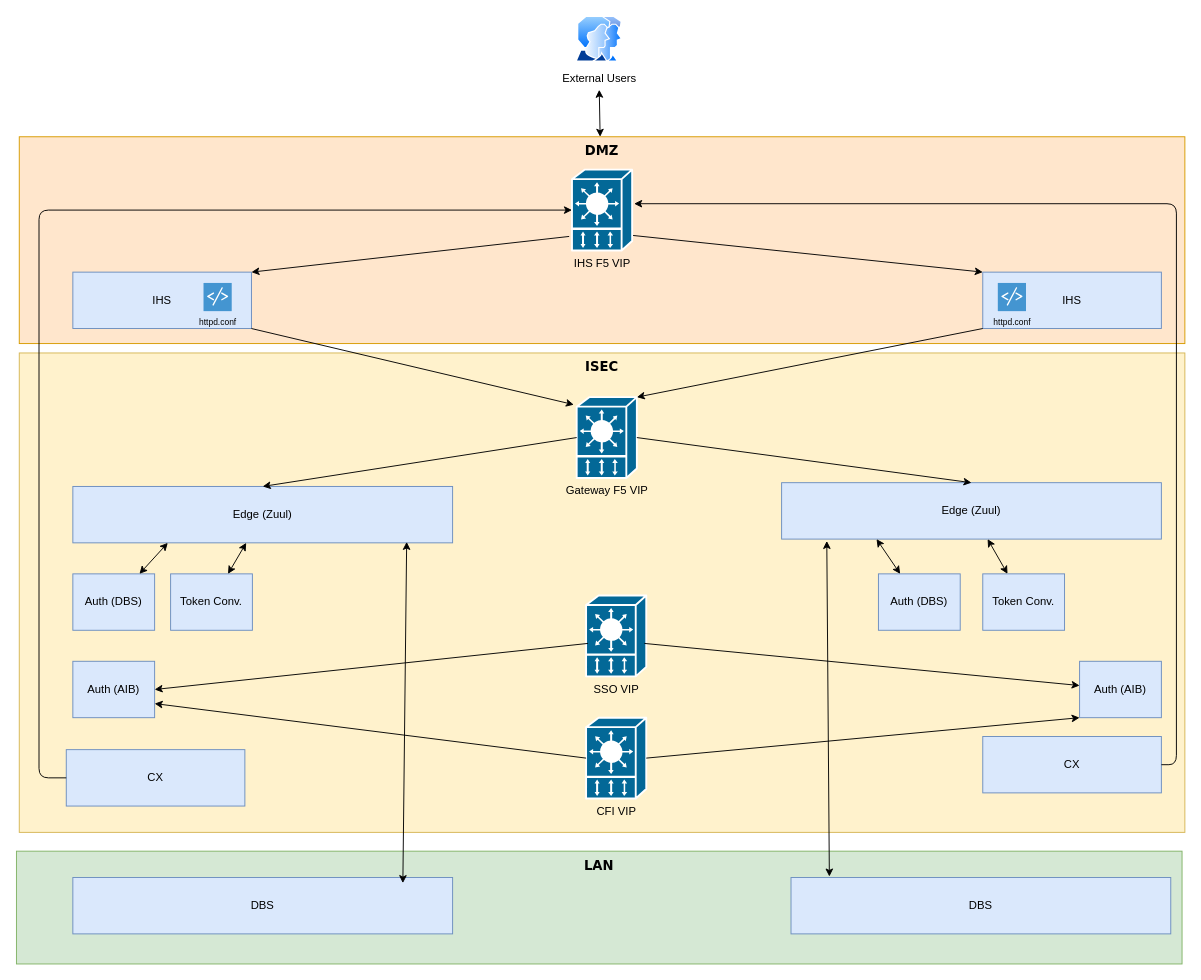
The draw.io diagram src/main/resources/topology.drawio in hughrossdublin/cardsproxy, before the edit. Source tidied: cells renumbered, new cells numbered last; positions are measured from the earlier drawing's top-left corner, leaving out a move shared by most shapes. Both pictures are drawn from the tidied source at 94%, with x=0, y=0 at pixel (16, 16).
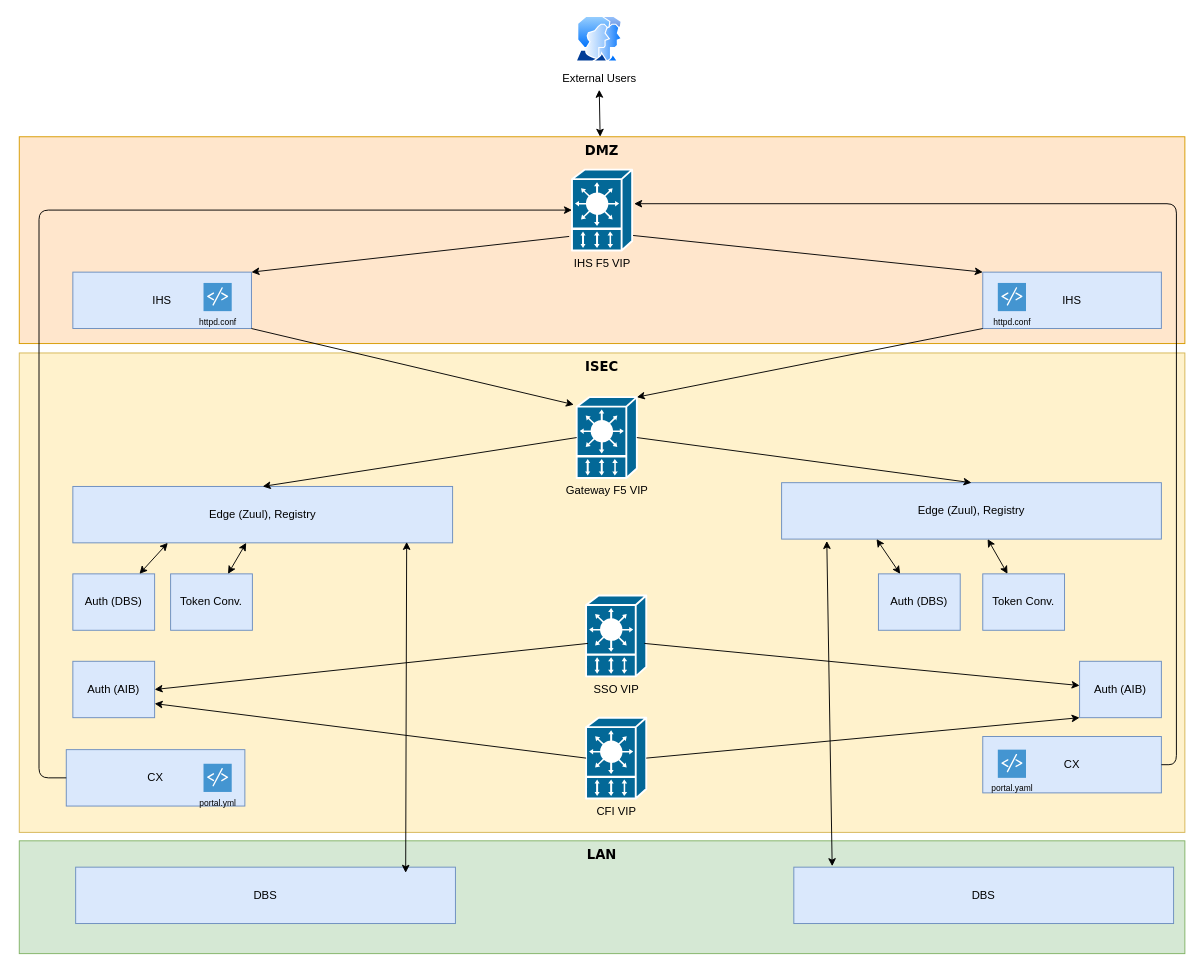
The same diagram, later.

Diff of the diagram source:
```diff
@@
     <mxCell id="2" value="LAN" style="whiteSpace=wrap;html=1;rounded=0;shadow=0;comic=0;strokeWidth=1;fontFamily=Verdana;fontSize=14;fillColor=#d5e8d4;strokeColor=#82b366;verticalAlign=top;fontStyle=1;" parent="1" vertex="1">
-      <mxGeometry y="888" width="1240" height="120" as="geometry" />
+      <mxGeometry x="3" y="877" width="1240" height="120" as="geometry" />
     </mxCell>
@@
-    <mxCell id="9" value="Edge (Zuul)" style="rounded=0;whiteSpace=wrap;html=1;strokeColor=#6c8ebf;fillColor=#dae8fc;" parent="1" vertex="1">
+    <mxCell id="9" value="Edge (Zuul), Registry" style="rounded=0;whiteSpace=wrap;html=1;strokeColor=#6c8ebf;fillColor=#dae8fc;" parent="1" vertex="1">
       <mxGeometry x="60" y="500" width="404" height="60" as="geometry" />
     </mxCell>
-    <mxCell id="10" value="Edge (Zuul)" style="rounded=0;whiteSpace=wrap;html=1;strokeColor=#6c8ebf;fillColor=#dae8fc;" parent="1" vertex="1">
+    <mxCell id="10" value="Edge (Zuul), Registry" style="rounded=0;whiteSpace=wrap;html=1;strokeColor=#6c8ebf;fillColor=#dae8fc;" parent="1" vertex="1">
       <mxGeometry x="814" y="496" width="404" height="60" as="geometry" />
     </mxCell>
@@
     <mxCell id="37" value="DBS" style="rounded=0;whiteSpace=wrap;html=1;fillColor=#dae8fc;strokeColor=#6c8ebf;" parent="1" vertex="1">
-      <mxGeometry x="60" y="916" width="404" height="60" as="geometry" />
+      <mxGeometry x="63" y="905" width="404" height="60" as="geometry" />
     </mxCell>
     <mxCell id="38" value="DBS" style="rounded=0;whiteSpace=wrap;html=1;fillColor=#dae8fc;strokeColor=#6c8ebf;" parent="1" vertex="1">
-      <mxGeometry x="824" y="916" width="404" height="60" as="geometry" />
+      <mxGeometry x="827" y="905" width="404" height="60" as="geometry" />
     </mxCell>
@@
+    <mxCell id="45" value="portal.yml" style="shadow=0;dashed=0;html=1;strokeColor=none;fillColor=#4495D1;labelPosition=center;verticalLabelPosition=bottom;verticalAlign=top;align=center;shape=mxgraph.veeam.script;fontSize=9;" parent="1" vertex="1">
+      <mxGeometry x="199" y="795" width="30" height="30" as="geometry" />
+    </mxCell>
+    <mxCell id="46" value="portal.yaml" style="shadow=0;dashed=0;html=1;strokeColor=none;fillColor=#4495D1;labelPosition=center;verticalLabelPosition=bottom;verticalAlign=top;align=center;shape=mxgraph.veeam.script;fontSize=9;" parent="1" vertex="1">
+      <mxGeometry x="1044" y="780" width="30" height="30" as="geometry" />
+    </mxCell>
```
